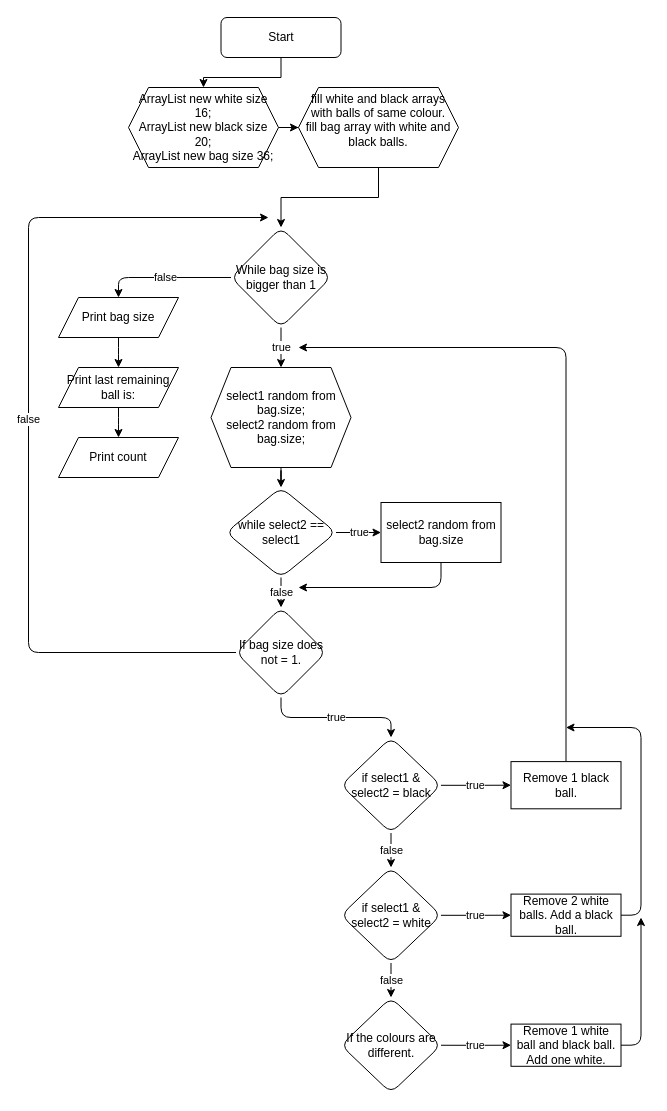
Before: Untitled Diagram.drawio in IgnasZyv/BallProject, a draw.io diagram. Source tidied: cells renumbered, new cells numbered last; positions are measured from the earlier drawing's top-left corner, leaving out a move shared by most shapes. Both pictures are drawn from the tidied source at 100%, with x=0, y=0 at pixel (28, 17).
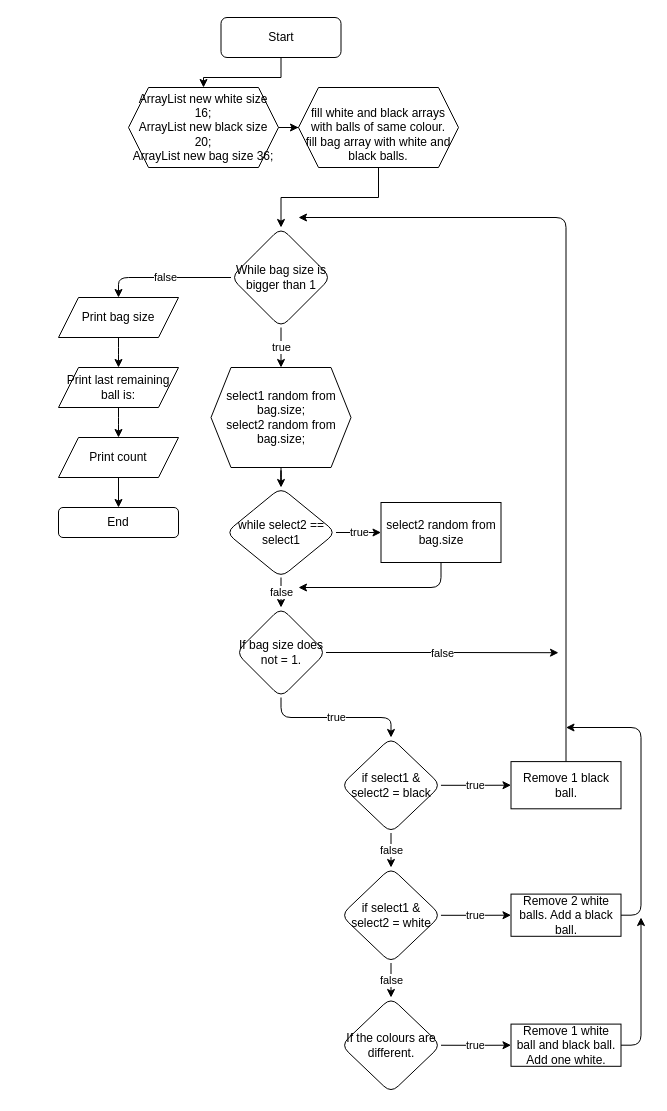
Above is the later version.

The change refers to these unchanged cells:
```xml
<mxCell id="14" value="If bag size does not = 1." style="rhombus;whiteSpace=wrap;html=1;rounded=1;" parent="1" vertex="1">
  <mxGeometry x="207.5" y="590" width="90" height="90" as="geometry" />
</mxCell>
<mxCell id="19" value="Remove 1 black ball." style="whiteSpace=wrap;html=1;" parent="1" vertex="1">
  <mxGeometry x="482.5" y="744.1" width="110" height="47.2" as="geometry" />
</mxCell>
<mxCell id="38" value="Print count" style="shape=parallelogram;perimeter=parallelogramPerimeter;whiteSpace=wrap;html=1;fixedSize=1;" parent="1" vertex="1">
  <mxGeometry x="30" y="420" width="120" height="40" as="geometry" />
</mxCell>
```

What changed in the source:
```diff
@@
-    <mxCell id="13" value="false" style="edgeStyle=orthogonalEdgeStyle;rounded=1;jumpStyle=none;jumpSize=16;jettySize=auto;html=1;exitX=0;exitY=0.5;exitDx=0;exitDy=0;" parent="1" edge="1" source="14">
+    <mxCell id="13" value="false" style="edgeStyle=orthogonalEdgeStyle;rounded=0;jettySize=auto;html=1;exitX=1;exitY=0.5;exitDx=0;exitDy=0;" parent="1" edge="1" source="14">
       <mxGeometry relative="1" as="geometry">
-        <mxPoint x="240" y="200" as="targetPoint" />
-        <Array as="points">
-          <mxPoint y="635" />
-          <mxPoint y="200" />
-        </Array>
+        <mxPoint x="530" y="635.2" as="targetPoint" />
       </mxGeometry>
     </mxCell>
@@
     <mxCell id="18" style="edgeStyle=orthogonalEdgeStyle;rounded=1;jettySize=auto;html=1;exitX=0.5;exitY=0;exitDx=0;exitDy=0;" parent="1" edge="1" source="19">
       <mxGeometry relative="1" as="geometry">
-        <mxPoint x="270" y="330" as="targetPoint" />
+        <mxPoint x="270" y="200" as="targetPoint" />
         <Array as="points">
-          <mxPoint x="538" y="330" />
+          <mxPoint x="538" y="200" />
+          <mxPoint x="270" y="200" />
         </Array>
       </mxGeometry>
     </mxCell>
@@
+    <mxCell id="40" style="edgeStyle=orthogonalEdgeStyle;rounded=0;jettySize=auto;html=1;" parent="1" edge="1" source="38" target="41">
+      <mxGeometry relative="1" as="geometry" />
+    </mxCell>
@@
-    <mxCell id="39" value="&#10;&lt;div&gt;fill white and black arrays with balls of same colour.&lt;/div&gt;&lt;div&gt;fill bag array with white and black balls.&lt;/div&gt;&#10;&#10;" style="shape=hexagon;perimeter=hexagonPerimeter2;whiteSpace=wrap;html=1;fixedSize=1;" parent="1" vertex="1">
+    <mxCell id="39" value="&lt;br&gt;&lt;div&gt;&lt;br&gt;&lt;/div&gt;&lt;div&gt;fill white and black arrays with balls of same colour.&lt;/div&gt;&lt;div&gt;fill bag array with white and black balls.&lt;/div&gt;&lt;br&gt;" style="shape=hexagon;perimeter=hexagonPerimeter2;whiteSpace=wrap;html=1;fixedSize=1;" parent="1" vertex="1">
       <mxGeometry x="270" y="70" width="160" height="80" as="geometry" />
     </mxCell>
+    <mxCell id="41" value="End" style="rounded=1;whiteSpace=wrap;html=1;" parent="1" vertex="1">
+      <mxGeometry x="30" y="490" width="120" height="30" as="geometry" />
+    </mxCell>
```
